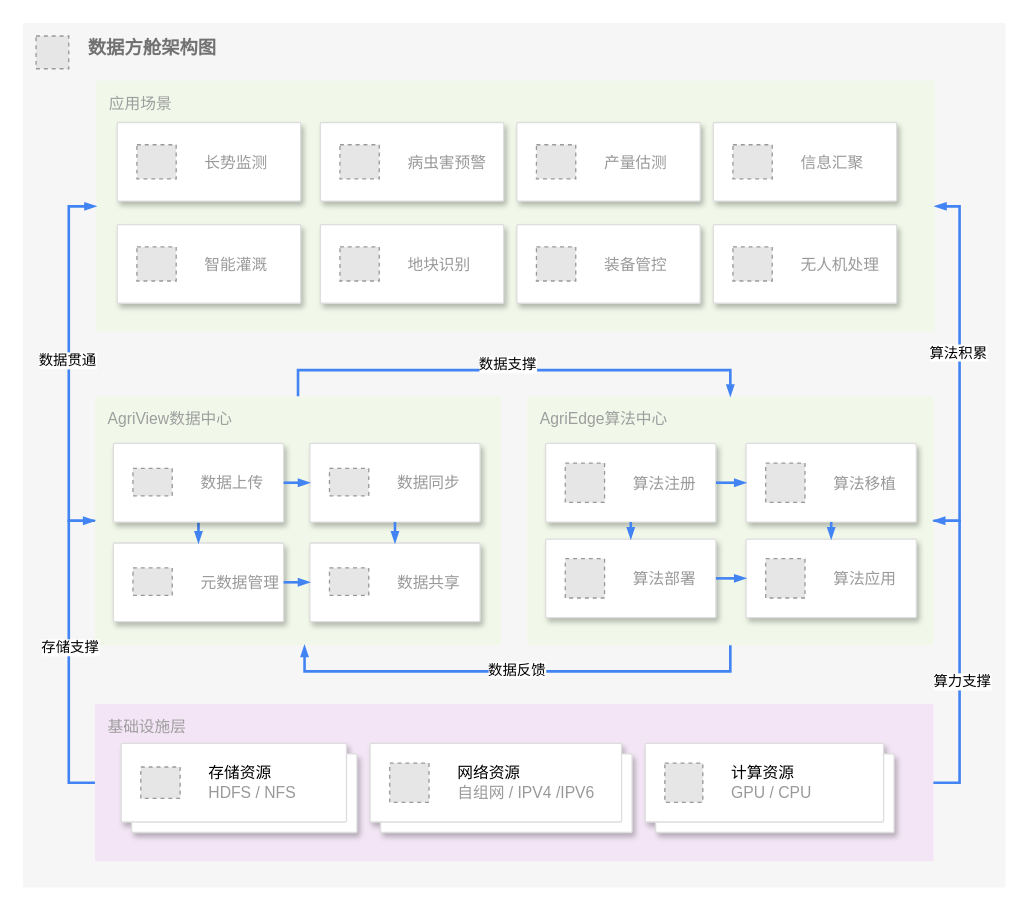
Above: 数据方舱-agriView+agriEdge.drawio in GISering/diagram (draw.io), before the change. Source tidied: cells renumbered, new cells numbered last; positions are measured from the earlier drawing's top-left corner, leaving out a move shared by most shapes. Both pictures are drawn from the tidied source at 131%, with x=0, y=0 at pixel (22, 22). Pictures stored in the file or linked from it are replaced by grey dashed boxes.
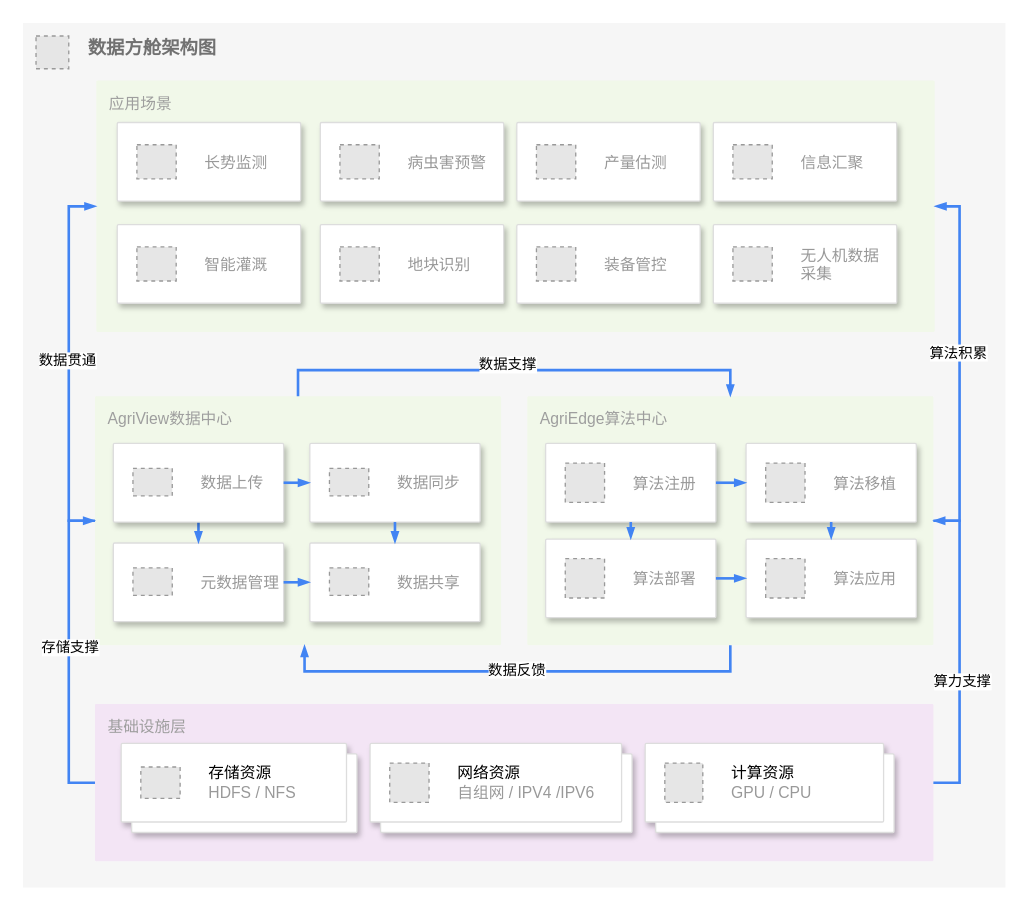
The same page after the edit.

The change refers to these unchanged cells:
```xml
<mxCell id="64" style="strokeColor=#dddddd;shadow=1;strokeWidth=1;rounded=1;absoluteArcSize=1;arcSize=2;" parent="49" vertex="1">
  <mxGeometry x="455" y="78" width="140" height="60" as="geometry" />
</mxCell>
```

Change to the diagram source:
```diff
@@
-    <mxCell id="65" value="无人机处理" style="fillColor=#E6E6E6;strokeColor=#999999;dashed=1;fontColor=#999999;verticalLabelPosition=middle;labelBackgroundColor=#ffffff;verticalAlign=middle;labelPosition=right;align=left;spacingLeft=20;" parent="64" vertex="1">
+    <mxCell id="65" value="无人机数据&#10;采集" style="fillColor=#E6E6E6;strokeColor=#999999;dashed=1;fontColor=#999999;verticalLabelPosition=middle;labelBackgroundColor=#ffffff;verticalAlign=middle;labelPosition=right;align=left;spacingLeft=20;" parent="64" vertex="1">
       <mxGeometry width="30" height="26" relative="1" as="geometry">
         <mxPoint x="15" y="17" as="offset" />
       </mxGeometry>
     </mxCell>
```
